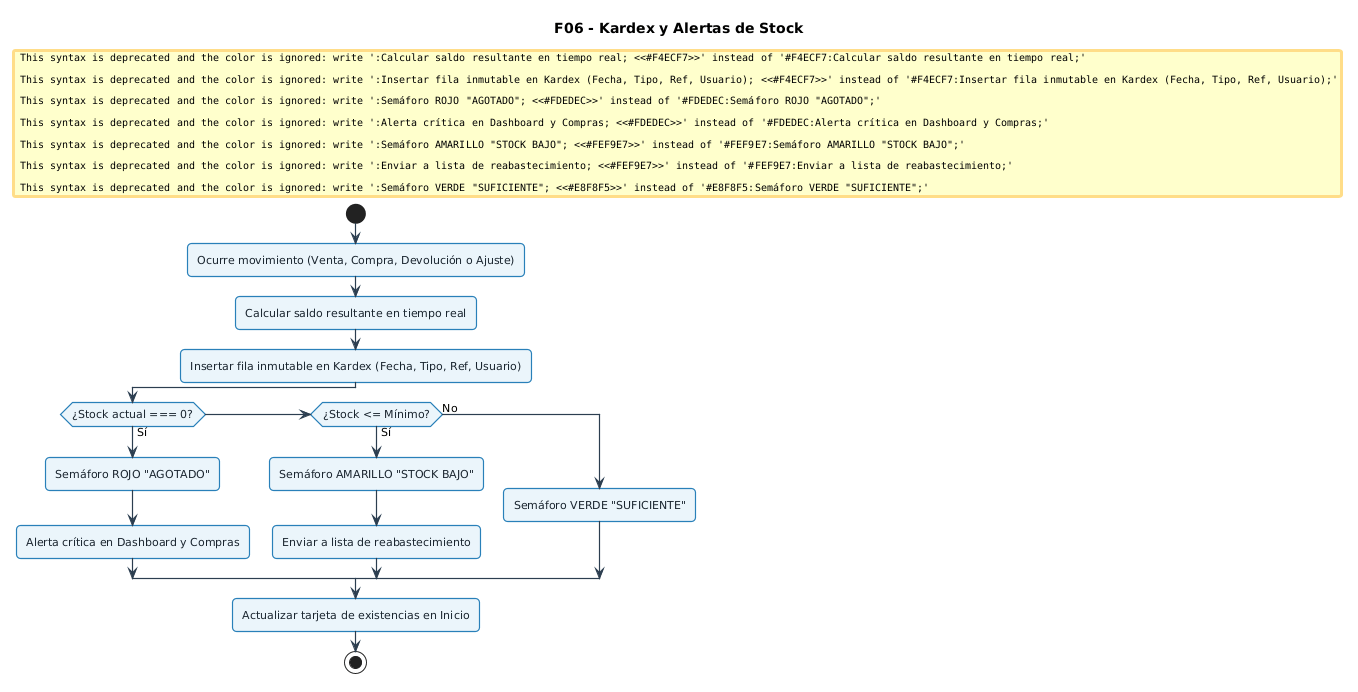
The PlantUML diagram docs/UML-flujos/imagenes/06_kardex_alertas_stock.png in xmenil/ERP-KIPUS, before a commit.
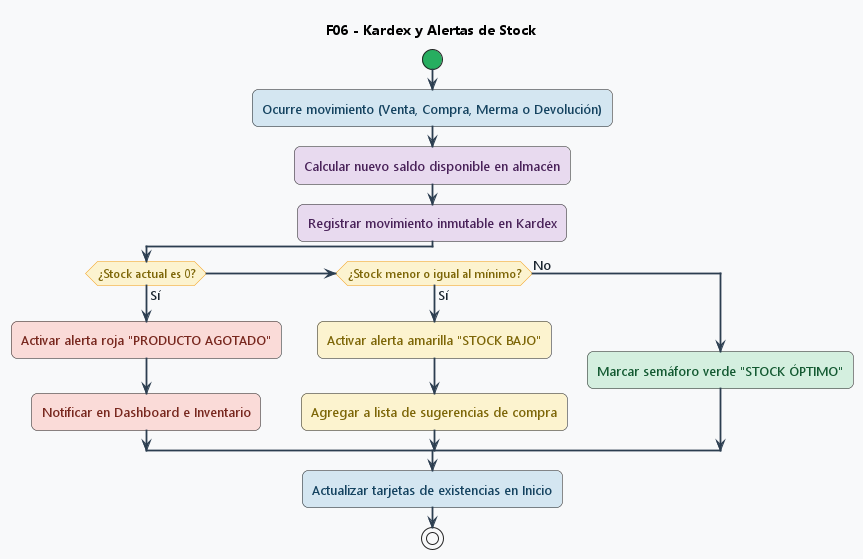
The same file after the commit.

What changed in the source:
```diff
@@ -1,47 +1,70 @@
 @startuml
+<style>
+activityDiagram {
+  BackgroundColor #F8F9FA
+  BorderColor #2C3E50
+  FontColor #1A252F
+  FontSize 13
+  FontName "Segoe UI", Arial, sans-serif
+  RoundCorner 12
+  Padding 10
+  Margin 8
+
+  .verde {
+    BackgroundColor #D4EFDF
+    BorderColor #27AE60
+    FontColor #145A32
+  }
+  .amarillo {
+    BackgroundColor #FCF3CF
+    BorderColor #F39C12
+    FontColor #7D6608
+  }
+  .azul {
+    BackgroundColor #D4E6F1
+    BorderColor #2980B9
+    FontColor #154360
+  }
+  .morado {
+    BackgroundColor #E8DAEF
+    BorderColor #8E44AD
+    FontColor #4A235A
+  }
+  .rojo {
+    BackgroundColor #FADBD8
+    BorderColor #C0392B
+    FontColor #78281F
+  }
+}
+</style>
+
 skinparam defaultFontName "Segoe UI", Arial, sans-serif
-skinparam defaultFontSize 11
-skinparam roundCorner 8
-skinparam shadowing false
 skinparam ArrowColor #2C3E50
-skinparam ArrowThickness 1.2
-
-skinparam activity {
-  BackgroundColor #EBF5FB
-  BorderColor #2980B9
-  BorderThickness 1.2
-  FontColor #1A252F
-}
-skinparam decision {
-  BackgroundColor #FEF9E7
-  BorderColor #F39C12
-  BorderThickness 1.2
-  FontColor #7D6608
-}
-skinparam start {
-  Color #27AE60
-}
-skinparam stop {
-  Color #C0392B
-}
+skinparam ArrowThickness 1.8
+skinparam activityStartColor #27AE60
+skinparam activityEndColor #C0392B
+skinparam activityDiamondBackgroundColor #FCF3CF
+skinparam activityDiamondBorderColor #F39C12
+skinparam activityDiamondFontColor #7D6608
+skinparam activityDiamondFontSize 12
 
 title F06 - Kardex y Alertas de Stock
 
 start
-:Ocurre movimiento (Venta, Compra, Devolución o Ajuste);
-#F4ECF7:Calcular saldo resultante en tiempo real;
-#F4ECF7:Insertar fila inmutable en Kardex (Fecha, Tipo, Ref, Usuario);
+:Ocurre movimiento (Venta, Compra, Merma o Devolución); <<azul>>
+:Calcular nuevo saldo disponible en almacén; <<morado>>
+:Registrar movimiento inmutable en Kardex; <<morado>>
 
-if (¿Stock actual === 0?) then (Sí)
-  #FDEDEC:Semáforo ROJO "AGOTADO";
-  #FDEDEC:Alerta crítica en Dashboard y Compras;
-elseif (¿Stock <= Mínimo?) then (Sí)
-  #FEF9E7:Semáforo AMARILLO "STOCK BAJO";
-  #FEF9E7:Enviar a lista de reabastecimiento;
+if (¿Stock actual es 0?) then (Sí)
+  :Activar alerta roja "PRODUCTO AGOTADO"; <<rojo>>
+  :Notificar en Dashboard e Inventario; <<rojo>>
+elseif (¿Stock menor o igual al mínimo?) then (Sí)
+  :Activar alerta amarilla "STOCK BAJO"; <<amarillo>>
+  :Agregar a lista de sugerencias de compra; <<amarillo>>
 else (No)
-  #E8F8F5:Semáforo VERDE "SUFICIENTE";
+  :Marcar semáforo verde "STOCK ÓPTIMO"; <<verde>>
 endif
 
-:Actualizar tarjeta de existencias en Inicio;
+:Actualizar tarjetas de existencias en Inicio; <<azul>>
 stop
 @enduml
```
